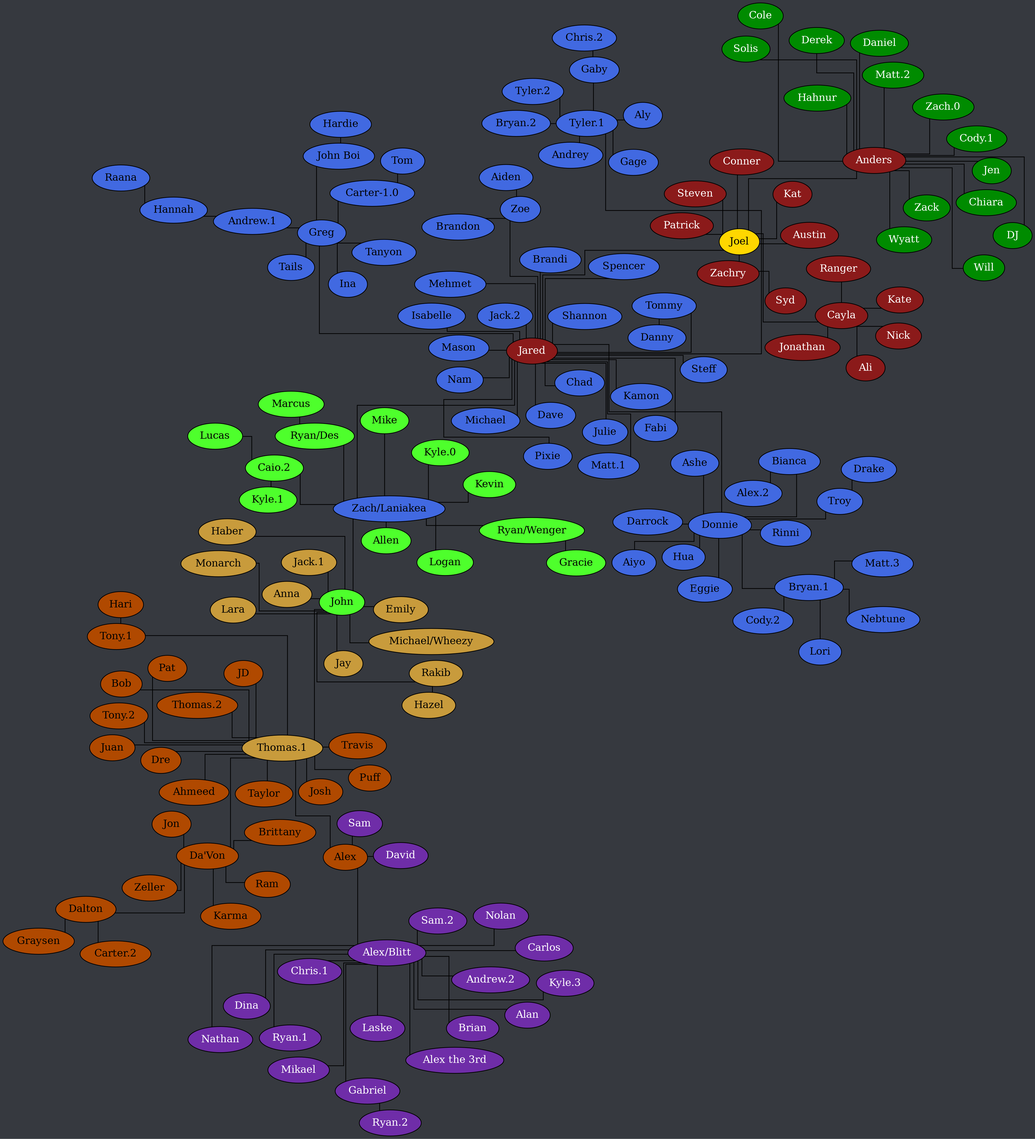
Earlier version of the Graphviz export tree.png (Documidas/CoronaCatzFamilyTree). Its source is kept beside it as tree.dot.
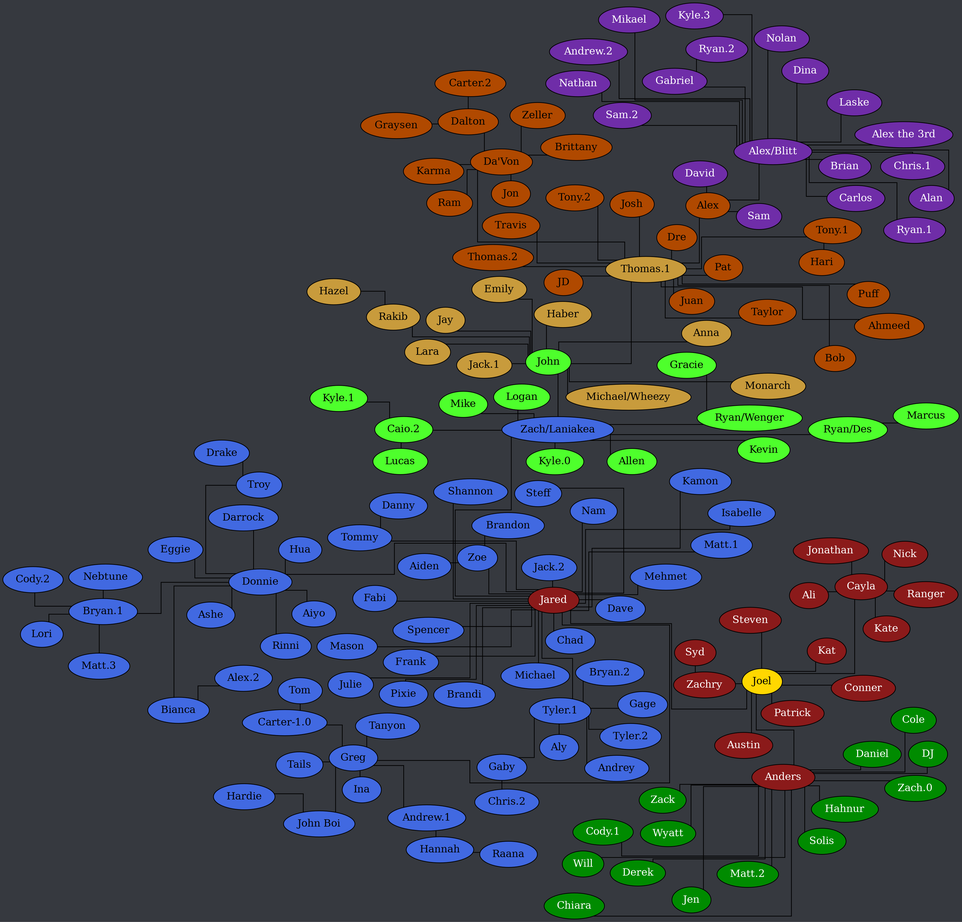
After the change.

Diff of the diagram source:
```diff
@@ -83,6 +83,7 @@
 		Jared -- Dave;
 		Jared -- Donnie;
 		Jared -- Fabi;
+		Jared -- Frank;
 		Jared -- Greg;
 		Jared -- Isabelle;
 		Jared -- "Jack.2";
```
